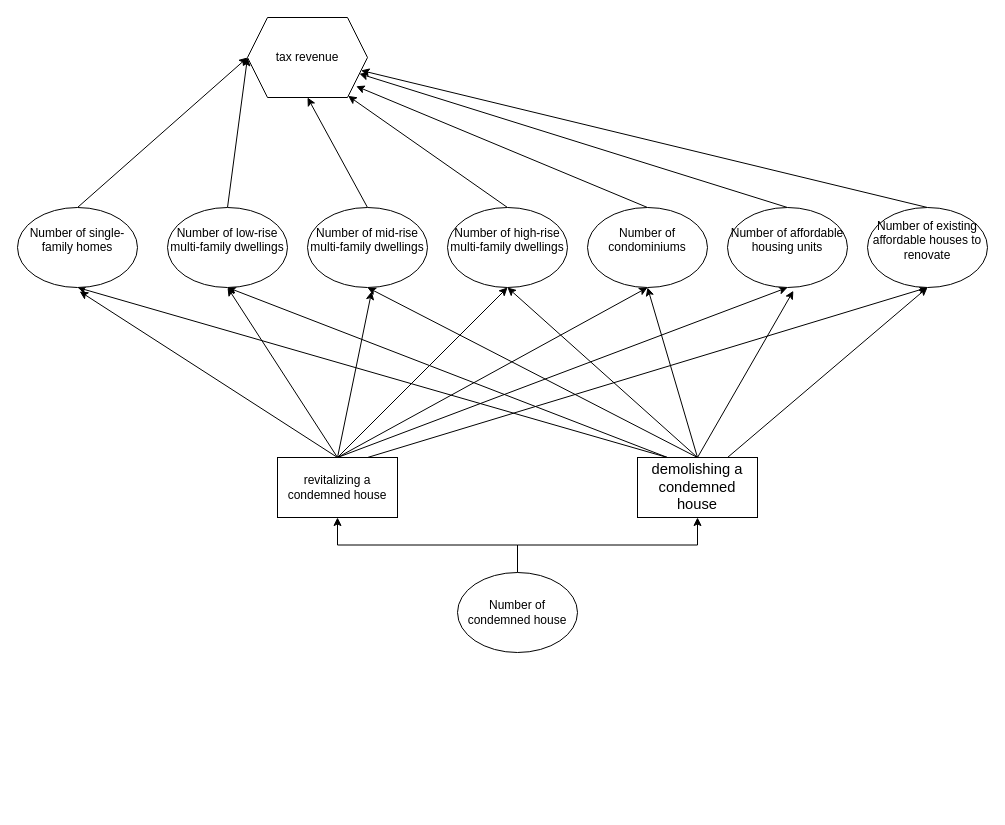
This is influence chart.drawio from CaptainCCCP/Draw-io-cloud, a draw.io file, before an edit. Source tidied: cells renumbered, new cells numbered last; positions are measured from the earlier drawing's top-left corner, leaving out a move shared by most shapes. Both pictures are drawn from the tidied source at 100%, with x=0, y=0 at pixel (17, 17).
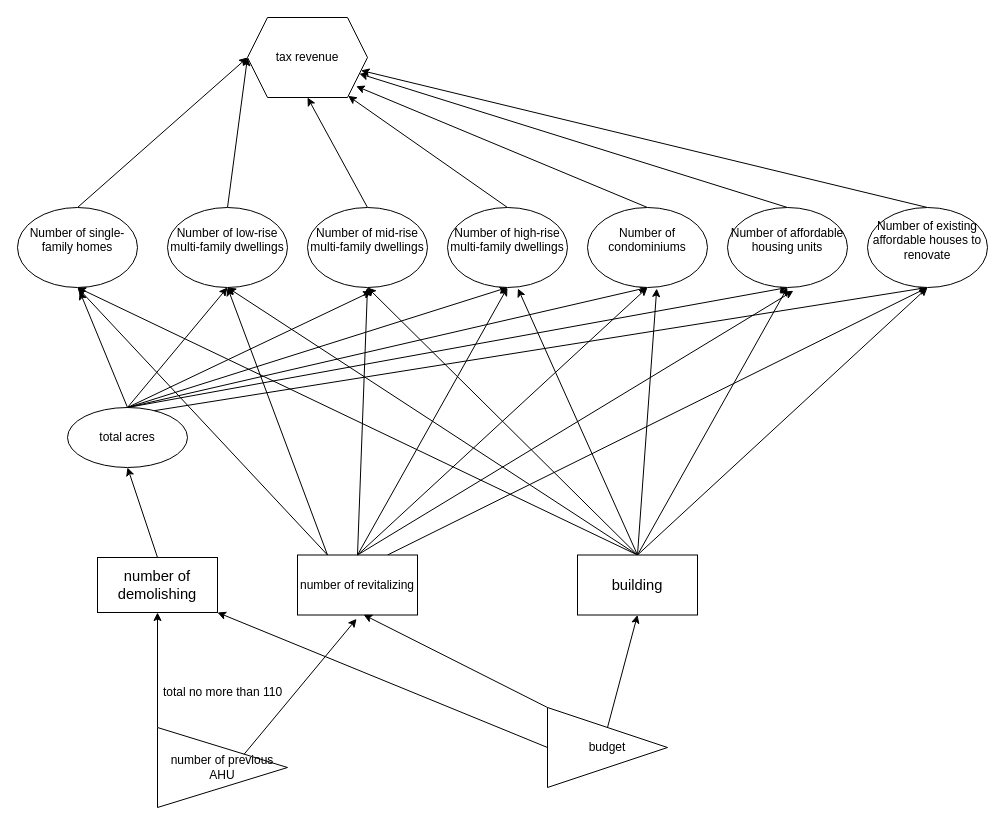
The same page after the edit.

The change refers to these unchanged cells:
```xml
<mxCell id="16" value="&#10;Number of low-rise multi-family dwellings&#10;&#10;" style="ellipse;whiteSpace=wrap;html=1;" parent="1" vertex="1">
  <mxGeometry x="150" y="190" width="120" height="80" as="geometry" />
</mxCell>
<mxCell id="18" value="&#10;Number of single-family homes&#10;&#10;" style="ellipse;whiteSpace=wrap;html=1;" parent="1" vertex="1">
  <mxGeometry y="190" width="120" height="80" as="geometry" />
</mxCell>
<mxCell id="21" value="&#10;Number of condominiums&#10;&#10;" style="ellipse;whiteSpace=wrap;html=1;" parent="1" vertex="1">
  <mxGeometry x="570" y="190" width="120" height="80" as="geometry" />
</mxCell>
<mxCell id="23" value="&#10;Number of affordable housing units&#10;&#10;" style="ellipse;whiteSpace=wrap;html=1;" parent="1" vertex="1">
  <mxGeometry x="710" y="190" width="120" height="80" as="geometry" />
</mxCell>
<mxCell id="25" value="&#10;Number of mid-rise multi-family dwellings&#10;&#10;" style="ellipse;whiteSpace=wrap;html=1;" parent="1" vertex="1">
  <mxGeometry x="290" y="190" width="120" height="80" as="geometry" />
</mxCell>
<mxCell id="27" value="&#10;Number of high-rise multi-family dwellings&#10;&#10;" style="ellipse;whiteSpace=wrap;html=1;" parent="1" vertex="1">
  <mxGeometry x="430" y="190" width="120" height="80" as="geometry" />
</mxCell>
<mxCell id="29" value="&#10;Number of existing affordable houses to renovate&#10;&#10;" style="ellipse;whiteSpace=wrap;html=1;" parent="1" vertex="1">
  <mxGeometry x="850" y="190" width="120" height="80" as="geometry" />
</mxCell>
```

Change to the diagram source:
```diff
@@
-    <mxCell id="7" value="revitalizing a condemned house" style="rounded=0;whiteSpace=wrap;html=1;" parent="1" vertex="1">
-      <mxGeometry x="260" y="440" width="120" height="60" as="geometry" />
+    <mxCell id="7" value="total acres" style="ellipse;rounded=0;whiteSpace=wrap;html=1;" parent="1" vertex="1">
+      <mxGeometry x="50" y="390" width="120" height="60" as="geometry" />
     </mxCell>
@@
-    <mxCell id="14" value="&lt;div&gt;&lt;span style=&quot;font-size: 11.04pt; font-family: &amp;quot;Arial Nova Light&amp;quot;;&quot;&gt;demolishing a condemned house&lt;/span&gt;&lt;/div&gt;" style="rounded=0;whiteSpace=wrap;html=1;" parent="1" vertex="1">
-      <mxGeometry x="620" y="440" width="120" height="60" as="geometry" />
+    <mxCell id="14" value="number of revitalizing" style="rounded=0;whiteSpace=wrap;html=1;" parent="1" vertex="1">
+      <mxGeometry x="280" y="537.5" width="120" height="60" as="geometry" />
     </mxCell>
@@
-    <mxCell id="33" style="edgeStyle=orthogonalEdgeStyle;rounded=0;jettySize=auto;html=1;exitX=0.5;exitY=0;exitDx=0;exitDy=0;entryX=0.5;entryY=1;entryDx=0;entryDy=0;" parent="1" edge="1" source="35" target="14">
-      <mxGeometry relative="1" as="geometry" />
-    </mxCell>
-    <mxCell id="34" style="edgeStyle=orthogonalEdgeStyle;rounded=0;jettySize=auto;html=1;exitX=0.5;exitY=0;exitDx=0;exitDy=0;entryX=0.5;entryY=1;entryDx=0;entryDy=0;" parent="1" edge="1" source="35" target="7">
-      <mxGeometry relative="1" as="geometry" />
-    </mxCell>
-    <mxCell id="35" value="Number of condemned house" style="ellipse;whiteSpace=wrap;html=1;" parent="1" vertex="1">
-      <mxGeometry x="440" y="555" width="120" height="80" as="geometry" />
-    </mxCell>
+    <mxCell id="36" value="total no more than 110" style="text;html=1;align=center;verticalAlign=middle;strokeColor=none;fillColor=none;" parent="1" vertex="1">
+      <mxGeometry x="135" y="660" width="140" height="30" as="geometry" />
+    </mxCell>
+    <mxCell id="37" style="rounded=0;jettySize=auto;html=1;exitX=0;exitY=0;exitDx=0;exitDy=0;entryX=0.5;entryY=1;entryDx=0;entryDy=0;" parent="1" edge="1" source="38" target="47">
+      <mxGeometry relative="1" as="geometry" />
+    </mxCell>
+    <mxCell id="38" value="number of previous AHU" style="triangle;whiteSpace=wrap;html=1;" parent="1" vertex="1">
+      <mxGeometry x="140" y="710" width="130" height="80" as="geometry" />
+    </mxCell>
+    <mxCell id="39" style="rounded=0;jettySize=auto;html=1;exitX=1;exitY=0;exitDx=0;exitDy=0;entryX=0.492;entryY=1.064;entryDx=0;entryDy=0;entryPerimeter=0;" parent="1" edge="1" source="38" target="14">
+      <mxGeometry relative="1" as="geometry" />
+    </mxCell>
+    <mxCell id="40" style="rounded=0;jettySize=auto;html=1;exitX=0.5;exitY=0;exitDx=0;exitDy=0;entryX=0.5;entryY=1;entryDx=0;entryDy=0;" parent="1" edge="1" source="45" target="18">
+      <mxGeometry relative="1" as="geometry" />
+    </mxCell>
+    <mxCell id="41" style="rounded=0;jettySize=auto;html=1;exitX=0.5;exitY=0;exitDx=0;exitDy=0;entryX=0.5;entryY=1;entryDx=0;entryDy=0;" parent="1" edge="1" source="45" target="16">
+      <mxGeometry relative="1" as="geometry" />
+    </mxCell>
+    <mxCell id="42" style="rounded=0;jettySize=auto;html=1;exitX=0.5;exitY=0;exitDx=0;exitDy=0;entryX=0.5;entryY=1;entryDx=0;entryDy=0;" parent="1" edge="1" source="45" target="25">
+      <mxGeometry relative="1" as="geometry" />
+    </mxCell>
+    <mxCell id="43" style="rounded=0;jettySize=auto;html=1;exitX=0.5;exitY=0;exitDx=0;exitDy=0;entryX=0.5;entryY=1;entryDx=0;entryDy=0;" parent="1" edge="1" source="45" target="23">
+      <mxGeometry relative="1" as="geometry" />
+    </mxCell>
+    <mxCell id="44" style="rounded=0;jettySize=auto;html=1;exitX=0.5;exitY=0;exitDx=0;exitDy=0;entryX=0.5;entryY=1;entryDx=0;entryDy=0;" parent="1" edge="1" source="45" target="29">
+      <mxGeometry relative="1" as="geometry" />
+    </mxCell>
+    <mxCell id="45" value="&lt;div&gt;&lt;span style=&quot;font-size: 11.04pt; font-family: &amp;quot;Arial Nova Light&amp;quot;;&quot;&gt;building&lt;/span&gt;&lt;/div&gt;" style="rounded=0;whiteSpace=wrap;html=1;" parent="1" vertex="1">
+      <mxGeometry x="560" y="537.5" width="120" height="60" as="geometry" />
+    </mxCell>
+    <mxCell id="46" style="rounded=0;jettySize=auto;html=1;exitX=0.5;exitY=0;exitDx=0;exitDy=0;entryX=0.5;entryY=1;entryDx=0;entryDy=0;" parent="1" edge="1" source="47" target="7">
+      <mxGeometry relative="1" as="geometry" />
+    </mxCell>
+    <mxCell id="47" value="&lt;span style=&quot;font-family: &amp;quot;Arial Nova Light&amp;quot;; font-size: 14.72px;&quot;&gt;number of demolishing&lt;/span&gt;" style="whiteSpace=wrap;html=1;" parent="1" vertex="1">
+      <mxGeometry x="80" y="540" width="120" height="55" as="geometry" />
+    </mxCell>
+    <mxCell id="48" style="rounded=0;jettySize=auto;html=1;exitX=0;exitY=0.5;exitDx=0;exitDy=0;entryX=1;entryY=1;entryDx=0;entryDy=0;" parent="1" edge="1" source="50" target="47">
+      <mxGeometry relative="1" as="geometry" />
+    </mxCell>
+    <mxCell id="49" style="rounded=0;jettySize=auto;html=1;exitX=0.5;exitY=0;exitDx=0;exitDy=0;entryX=0.5;entryY=1;entryDx=0;entryDy=0;" parent="1" edge="1" source="50" target="45">
+      <mxGeometry relative="1" as="geometry" />
+    </mxCell>
+    <mxCell id="50" value="budget" style="triangle;whiteSpace=wrap;html=1;" parent="1" vertex="1">
+      <mxGeometry x="530" y="690" width="120" height="80" as="geometry" />
+    </mxCell>
+    <mxCell id="51" style="rounded=0;jettySize=auto;html=1;exitX=0;exitY=0;exitDx=0;exitDy=0;entryX=0.551;entryY=0.996;entryDx=0;entryDy=0;entryPerimeter=0;" parent="1" edge="1" source="50" target="14">
+      <mxGeometry relative="1" as="geometry" />
+    </mxCell>
+    <mxCell id="52" style="rounded=0;jettySize=auto;html=1;exitX=0.5;exitY=0;exitDx=0;exitDy=0;entryX=0.587;entryY=1.013;entryDx=0;entryDy=0;entryPerimeter=0;" parent="1" edge="1" source="45" target="27">
+      <mxGeometry relative="1" as="geometry" />
+    </mxCell>
+    <mxCell id="53" style="rounded=0;jettySize=auto;html=1;exitX=0.5;exitY=0;exitDx=0;exitDy=0;entryX=0.577;entryY=1.013;entryDx=0;entryDy=0;entryPerimeter=0;" parent="1" edge="1" source="45" target="21">
+      <mxGeometry relative="1" as="geometry" />
+    </mxCell>
```
